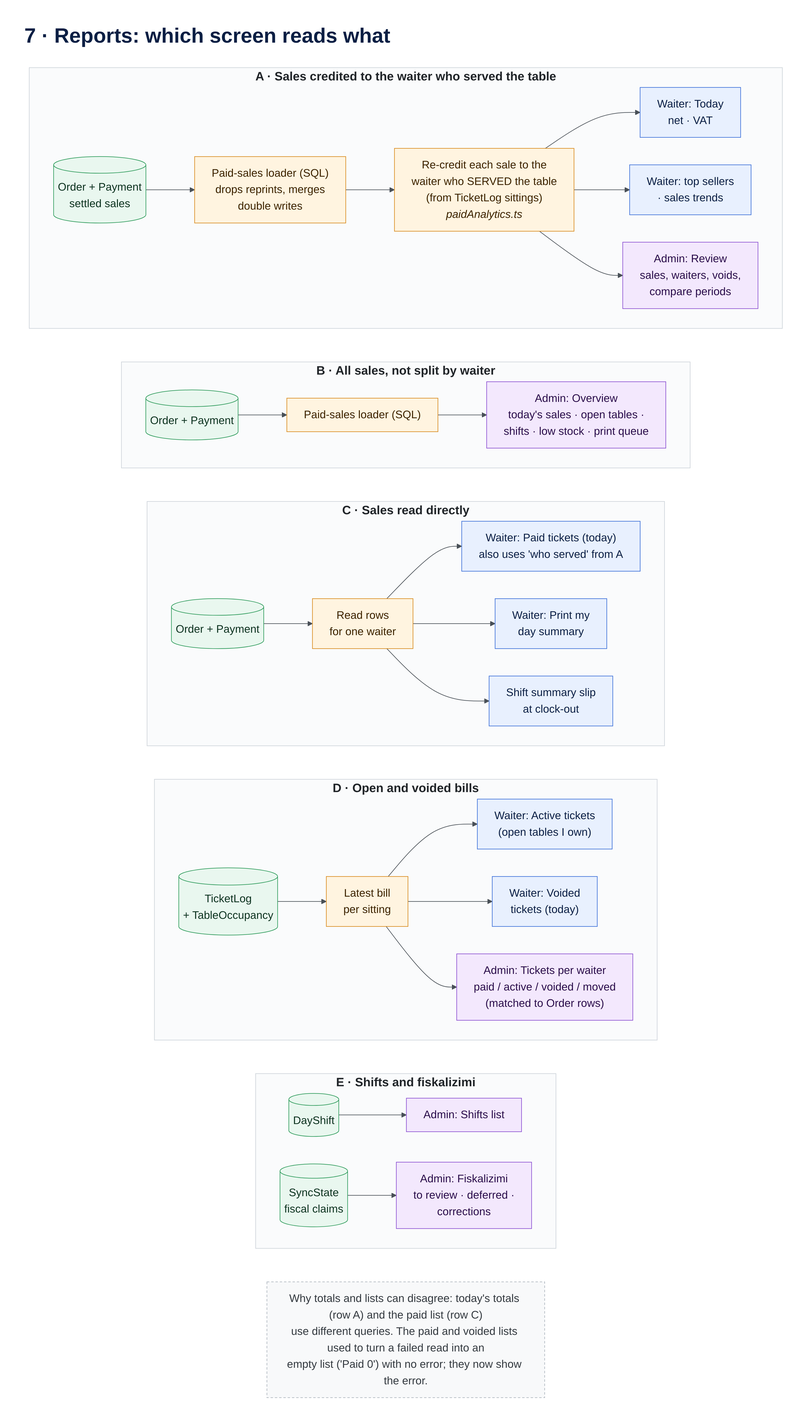
Earlier version of the Mermaid export docs/diagrams/export/07-reports.png (DidiG03/POS). Its source is kept beside it as docs/diagrams/07-reports.mmd.
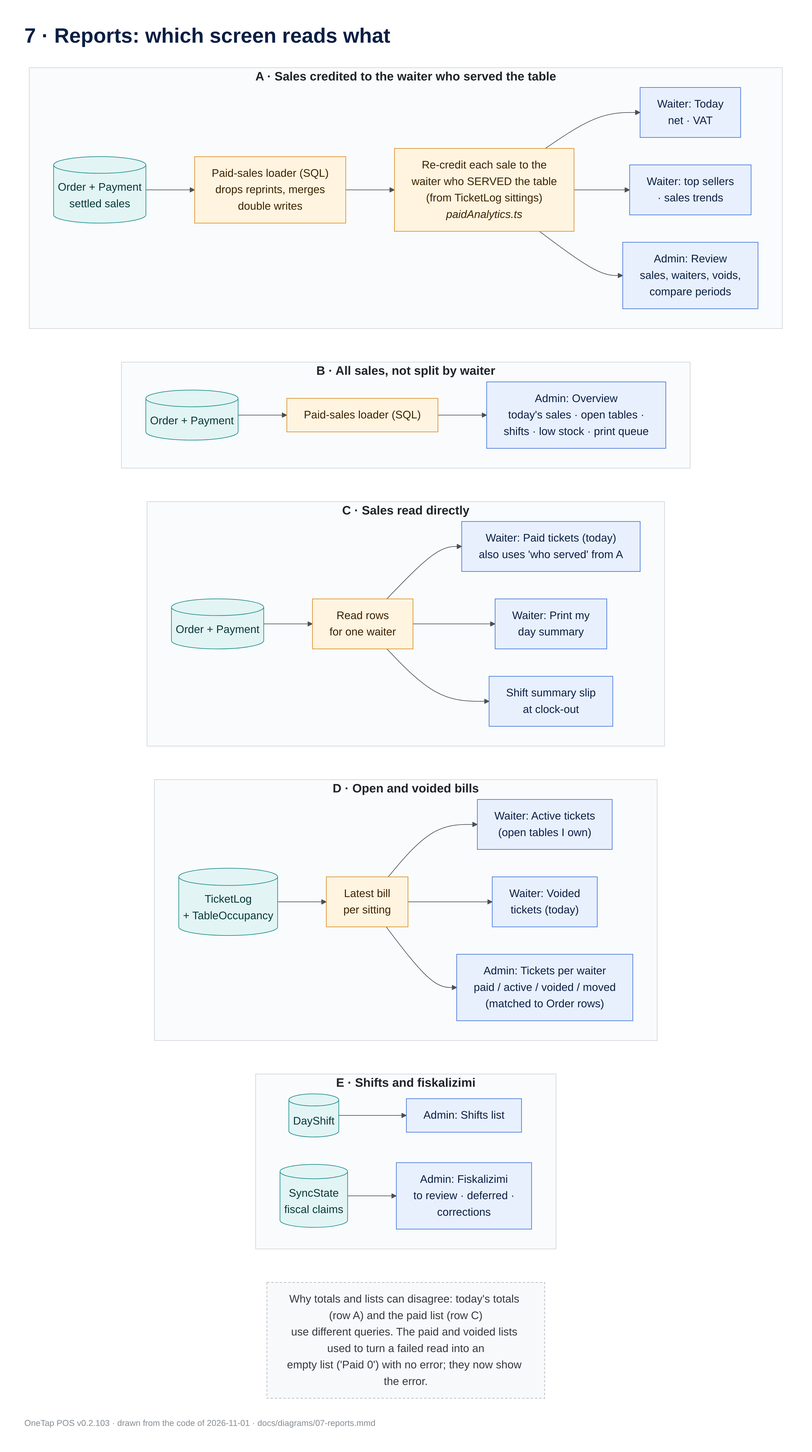
After the change.

What changed in the source:
```diff
@@ -43,13 +43,17 @@
   NOTE["Why totals and lists can disagree: today's totals (row A) and the paid list (row C)<br/>use different queries. The paid and voided lists used to turn a failed read into an<br/>empty list ('Paid 0') with no error; they now show the error."]
   R5 ~~~ NOTE
 
-  classDef data fill:#e9f7ef,stroke:#2e9b5b,color:#0d3320
-  classDef calc fill:#fff4e0,stroke:#d88a1d,color:#3d2400
-  classDef waiter fill:#e8f0fe,stroke:#3b6fd8,color:#0b1f44
-  classDef admin fill:#f3e8fd,stroke:#8b4fd1,color:#2a0d4a
+  classDef step fill:#e8f0fe,stroke:#3b6fd8,color:#0b1f44
+  classDef logic fill:#fff4e0,stroke:#d88a1d,color:#3d2400
+  classDef data fill:#e3f4f4,stroke:#178a8a,color:#06393a
+  classDef good fill:#e9f7ef,stroke:#2e9b5b,color:#0d3320
+  classDef warn fill:#fff9db,stroke:#e0a800,color:#3d2e00
+  classDef bad fill:#fdecec,stroke:#d64545,color:#4a0d0d
+  classDef ext fill:#f3e8fd,stroke:#8b4fd1,color:#2a0d4a
+  classDef device fill:#f1f3f5,stroke:#868e96,color:#212529
   classDef note fill:#f8f9fa,stroke:#adb5bd,color:#343a40,stroke-dasharray:4 3
   class A0,B0,C0,D0,E0,E2 data
-  class A1,A2,B1,C1,D1 calc
-  class A3,A4,C2,C3,C4,D2,D3 waiter
-  class A5,B2,D4,E1,E3 admin
+  class A1,A2,B1,C1,D1 logic
+  class A3,A4,C2,C3,C4,D2,D3 step
+  class A5,B2,D4,E1,E3 step
   class NOTE note
```
